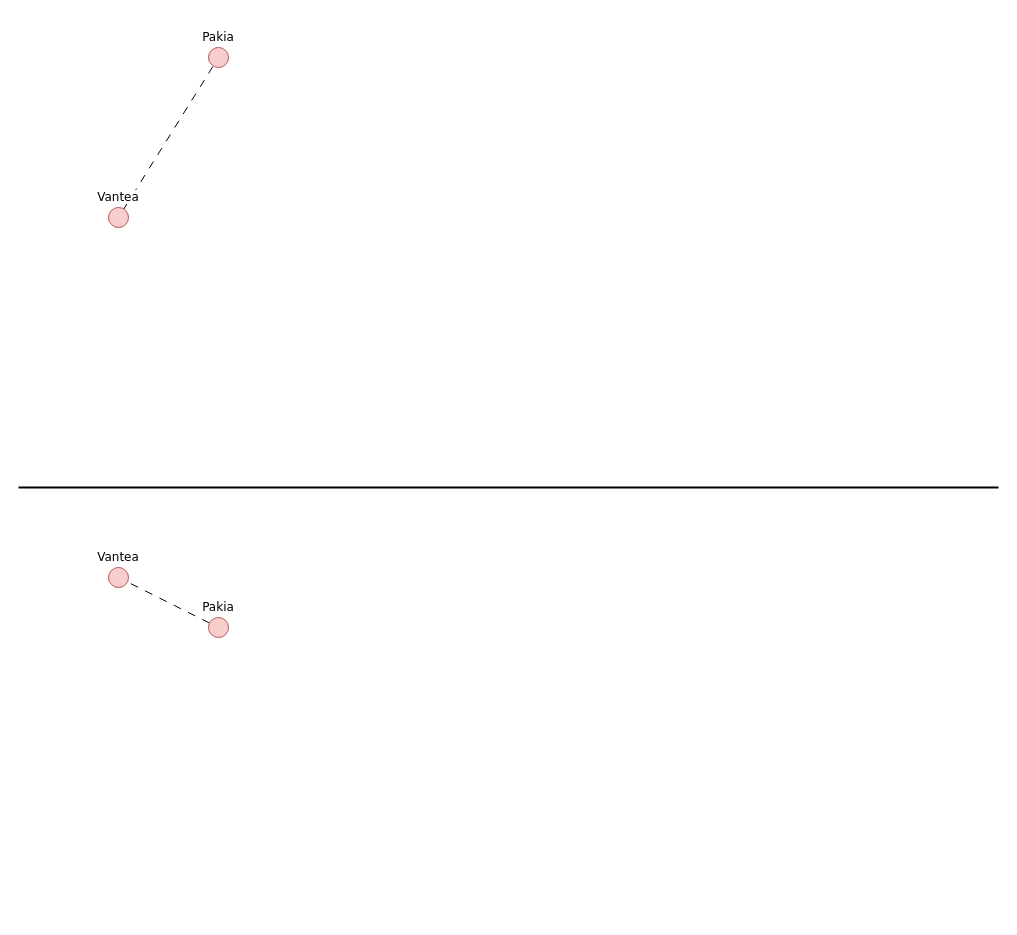
Earlier version of the draw.io diagram Starmap.drawio (Document-cat/Draw.io). Source tidied: cells renumbered, new cells numbered last; positions are measured from the earlier drawing's top-left corner, leaving out a move shared by most shapes. Both pictures are drawn from the tidied source at 100%, with x=0, y=0 at pixel (18, 27).
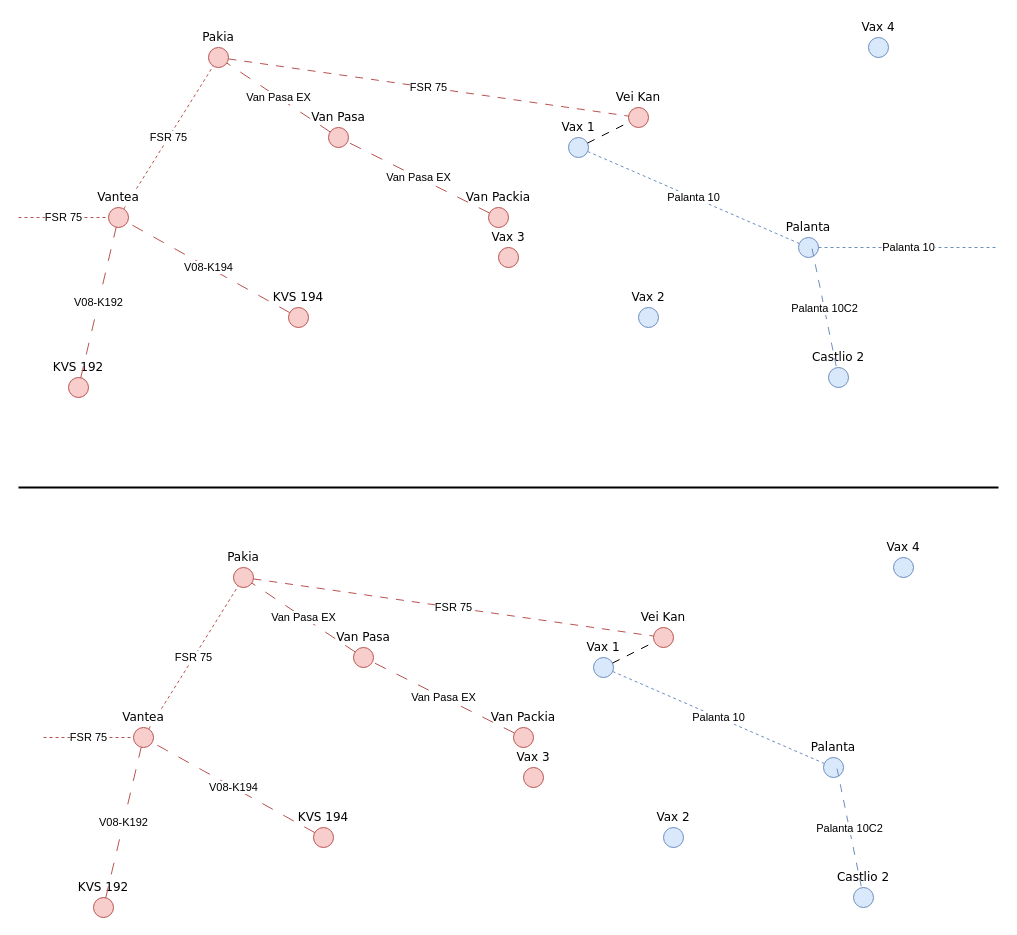
After the change.

The change refers to these unchanged cells:
```xml
<mxCell id="5" style="ellipse;whiteSpace=wrap;html=1;fillColor=#f8cecc;strokeColor=#b85450;" parent="1" vertex="1">
  <mxGeometry x="90" y="180" width="20" height="20" as="geometry" />
</mxCell>
<mxCell id="7" style="ellipse;whiteSpace=wrap;html=1;fillColor=#f8cecc;strokeColor=#b85450;" parent="1" vertex="1">
  <mxGeometry x="190" y="20" width="20" height="20" as="geometry" />
</mxCell>
```

The edit, as a diff of the source:
```diff
@@
-    <mxCell id="2" style="endArrow=none;html=1;rounded=0;dashed=1;dashPattern=8 8;" parent="1" edge="1" source="5" target="7">
+    <mxCell id="2" value="FSR 75" style="endArrow=none;html=1;rounded=0;dashed=1;fillColor=#f8cecc;strokeColor=#b85450;" parent="1" edge="1" source="5" target="7">
       <mxGeometry relative="1" as="geometry" />
     </mxCell>
@@
-    <mxCell id="4" style="endArrow=none;html=1;rounded=0;dashed=1;dashPattern=8 8;" parent="1" edge="1" source="11" target="9">
-      <mxGeometry relative="1" as="geometry" />
-    </mxCell>
@@
-    <mxCell id="9" style="ellipse;whiteSpace=wrap;html=1;fillColor=#f8cecc;strokeColor=#b85450;" parent="1" vertex="1">
-      <mxGeometry x="90" y="540" width="20" height="20" as="geometry" />
-    </mxCell>
+    <mxCell id="13" style="ellipse;whiteSpace=wrap;html=1;fillColor=#f8cecc;strokeColor=#b85450;" parent="1" vertex="1">
+      <mxGeometry x="310" y="100" width="20" height="20" as="geometry" />
+    </mxCell>
+    <mxCell id="14" style="ellipse;whiteSpace=wrap;html=1;fillColor=#f8cecc;strokeColor=#b85450;" parent="1" vertex="1">
+      <mxGeometry x="270" y="280" width="20" height="20" as="geometry" />
+    </mxCell>
+    <mxCell id="15" style="ellipse;whiteSpace=wrap;html=1;fillColor=#f8cecc;strokeColor=#b85450;" parent="1" vertex="1">
+      <mxGeometry x="610" y="80" width="20" height="20" as="geometry" />
+    </mxCell>
+    <mxCell id="16" style="ellipse;whiteSpace=wrap;html=1;fillColor=#f8cecc;strokeColor=#b85450;" parent="1" vertex="1">
+      <mxGeometry x="470" y="180" width="20" height="20" as="geometry" />
+    </mxCell>
+    <mxCell id="17" style="ellipse;whiteSpace=wrap;html=1;fillColor=#f8cecc;strokeColor=#b85450;" parent="1" vertex="1">
+      <mxGeometry x="50" y="350" width="20" height="20" as="geometry" />
+    </mxCell>
+    <mxCell id="18" style="ellipse;whiteSpace=wrap;html=1;fillColor=#dae8fc;strokeColor=#6c8ebf;" parent="1" vertex="1">
+      <mxGeometry x="620" y="280" width="20" height="20" as="geometry" />
+    </mxCell>
+    <mxCell id="19" style="ellipse;whiteSpace=wrap;html=1;fillColor=#dae8fc;strokeColor=#6c8ebf;" parent="1" vertex="1">
+      <mxGeometry x="550" y="110" width="20" height="20" as="geometry" />
+    </mxCell>
+    <mxCell id="20" style="ellipse;whiteSpace=wrap;html=1;fillColor=#dae8fc;strokeColor=#6c8ebf;" parent="1" vertex="1">
+      <mxGeometry x="780" y="210" width="20" height="20" as="geometry" />
+    </mxCell>
+    <mxCell id="21" style="ellipse;whiteSpace=wrap;html=1;fillColor=#dae8fc;strokeColor=#6c8ebf;" parent="1" vertex="1">
+      <mxGeometry x="810" y="340" width="20" height="20" as="geometry" />
+    </mxCell>
+    <mxCell id="22" style="ellipse;whiteSpace=wrap;html=1;fillColor=#dae8fc;strokeColor=#6c8ebf;" parent="1" vertex="1">
+      <mxGeometry x="850" y="10" width="20" height="20" as="geometry" />
+    </mxCell>
+    <mxCell id="23" style="ellipse;whiteSpace=wrap;html=1;fillColor=#f8cecc;strokeColor=#b85450;" parent="1" vertex="1">
+      <mxGeometry x="480" y="220" width="20" height="20" as="geometry" />
+    </mxCell>
+    <mxCell id="24" value="FSR 75" style="endArrow=none;html=1;rounded=0;dashed=1;dashPattern=8 8;strokeWidth=1;fillColor=#f8cecc;strokeColor=#b85450;" parent="1" edge="1" source="7" target="15">
+      <mxGeometry relative="1" as="geometry" />
+    </mxCell>
+    <mxCell id="25" style="endArrow=none;html=1;rounded=0;dashed=1;dashPattern=8 8;" parent="1" edge="1" source="19" target="15">
+      <mxGeometry relative="1" as="geometry" />
+    </mxCell>
+    <mxCell id="26" value="Vax 1" style="text;html=1;align=center;verticalAlign=middle;whiteSpace=wrap;rounded=0;fontFamily=Verdana;" parent="1" vertex="1">
+      <mxGeometry x="530" y="90" width="60" height="20" as="geometry" />
+    </mxCell>
+    <mxCell id="27" value="Vei Kan" style="text;html=1;align=center;verticalAlign=middle;whiteSpace=wrap;rounded=0;fontFamily=Verdana;" parent="1" vertex="1">
+      <mxGeometry x="590" y="60" width="60" height="20" as="geometry" />
+    </mxCell>
+    <mxCell id="28" value="Vax 2" style="text;html=1;align=center;verticalAlign=middle;whiteSpace=wrap;rounded=0;fontFamily=Verdana;" parent="1" vertex="1">
+      <mxGeometry x="600" y="260" width="60" height="20" as="geometry" />
+    </mxCell>
+    <mxCell id="29" value="Palanta" style="text;html=1;align=center;verticalAlign=middle;whiteSpace=wrap;rounded=0;fontFamily=Verdana;" parent="1" vertex="1">
+      <mxGeometry x="760" y="190" width="60" height="20" as="geometry" />
+    </mxCell>
+    <mxCell id="30" value="Palanta 10" style="endArrow=none;html=1;rounded=0;dashed=1;strokeWidth=1;fillColor=#dae8fc;strokeColor=#6c8ebf;" parent="1" edge="1" source="19" target="20">
+      <mxGeometry relative="1" as="geometry" />
+    </mxCell>
+    <mxCell id="31" value="Van Pasa" style="text;html=1;align=center;verticalAlign=middle;whiteSpace=wrap;rounded=0;fontFamily=Verdana;" parent="1" vertex="1">
+      <mxGeometry x="290" y="80" width="60" height="20" as="geometry" />
+    </mxCell>
+    <mxCell id="32" value="Van Packia" style="text;html=1;align=center;verticalAlign=middle;whiteSpace=wrap;rounded=0;fontFamily=Verdana;" parent="1" vertex="1">
+      <mxGeometry x="445" y="160" width="70" height="20" as="geometry" />
+    </mxCell>
+    <mxCell id="33" value="Vax 3" style="text;html=1;align=center;verticalAlign=middle;whiteSpace=wrap;rounded=0;fontFamily=Verdana;" parent="1" vertex="1">
+      <mxGeometry x="460" y="200" width="60" height="20" as="geometry" />
+    </mxCell>
+    <mxCell id="34" value="KVS 192" style="text;html=1;align=center;verticalAlign=middle;whiteSpace=wrap;rounded=0;fontFamily=Verdana;" parent="1" vertex="1">
+      <mxGeometry x="25" y="330" width="70" height="20" as="geometry" />
+    </mxCell>
+    <mxCell id="35" value="KVS 194" style="text;html=1;align=center;verticalAlign=middle;whiteSpace=wrap;rounded=0;fontFamily=Verdana;" parent="1" vertex="1">
+      <mxGeometry x="245" y="260" width="70" height="20" as="geometry" />
+    </mxCell>
+    <mxCell id="36" value="FSR 75" style="endArrow=none;html=1;rounded=0;dashed=1;strokeWidth=1;fillColor=#f8cecc;strokeColor=#b85450;" parent="1" edge="1" target="5">
+      <mxGeometry relative="1" as="geometry">
+        <mxPoint y="190" as="sourcePoint" />
+      </mxGeometry>
+    </mxCell>
+    <mxCell id="37" value="V08-K192" style="endArrow=none;html=1;rounded=0;dashed=1;dashPattern=12 12;strokeWidth=1;fillColor=#f8cecc;strokeColor=#b85450;" parent="1" edge="1" source="17" target="5">
+      <mxGeometry relative="1" as="geometry" />
+    </mxCell>
+    <mxCell id="38" value="V08-K194" style="endArrow=none;html=1;rounded=0;dashed=1;dashPattern=12 12;strokeWidth=1;fillColor=#f8cecc;strokeColor=#b85450;" parent="1" edge="1" source="14" target="5">
+      <mxGeometry relative="1" as="geometry" />
+    </mxCell>
+    <mxCell id="39" value="Van Pasa EX" style="endArrow=none;html=1;rounded=0;dashed=1;dashPattern=12 12;fillColor=#f8cecc;strokeColor=#b85450;" parent="1" edge="1" source="13" target="7">
+      <mxGeometry relative="1" as="geometry" />
+    </mxCell>
+    <mxCell id="40" value="Van Pasa EX" style="endArrow=none;html=1;rounded=0;dashed=1;dashPattern=12 12;fillColor=#f8cecc;strokeColor=#b85450;" parent="1" edge="1" source="16" target="13">
+      <mxGeometry relative="1" as="geometry" />
+    </mxCell>
+    <mxCell id="41" value="Palanta 10" style="endArrow=none;html=1;rounded=0;dashed=1;strokeWidth=1;fillColor=#dae8fc;strokeColor=#6c8ebf;" parent="1" edge="1" source="20">
+      <mxGeometry relative="1" as="geometry">
+        <mxPoint x="980" y="220" as="targetPoint" />
+      </mxGeometry>
+    </mxCell>
+    <mxCell id="42" value="Castlio 2" style="text;html=1;align=center;verticalAlign=middle;whiteSpace=wrap;rounded=0;fontFamily=Verdana;" parent="1" vertex="1">
+      <mxGeometry x="790" y="320" width="60" height="20" as="geometry" />
+    </mxCell>
+    <mxCell id="43" value="Vax 4" style="text;html=1;align=center;verticalAlign=middle;whiteSpace=wrap;rounded=0;fontFamily=Verdana;" parent="1" vertex="1">
+      <mxGeometry x="830" y="-10" width="60" height="20" as="geometry" />
+    </mxCell>
+    <mxCell id="44" value="Palanta 10C2" style="endArrow=none;html=1;rounded=0;dashed=1;strokeWidth=1;fillColor=#dae8fc;strokeColor=#6c8ebf;dashPattern=8 8;exitX=0.678;exitY=0.554;exitDx=0;exitDy=0;exitPerimeter=0;" parent="1" edge="1" source="20" target="21">
+      <mxGeometry relative="1" as="geometry" />
+    </mxCell>
+    <mxCell id="45" value="FSR 75" style="endArrow=none;html=1;rounded=0;dashed=1;fillColor=#f8cecc;strokeColor=#b85450;" parent="1" edge="1" source="46" target="47">
+      <mxGeometry relative="1" as="geometry" />
+    </mxCell>
+    <mxCell id="46" style="ellipse;whiteSpace=wrap;html=1;fillColor=#f8cecc;strokeColor=#b85450;" parent="1" vertex="1">
+      <mxGeometry x="115" y="700" width="20" height="20" as="geometry" />
+    </mxCell>
     <mxCell id="10" value="&lt;span style=&quot;background-color: light-dark(#ffffff, var(--ge-dark-color, #121212));&quot;&gt;Vantea&lt;/span&gt;" style="text;html=1;align=center;verticalAlign=middle;whiteSpace=wrap;rounded=0;fontFamily=Verdana;" parent="1" vertex="1">
-      <mxGeometry x="70" y="520" width="60" height="20" as="geometry" />
+      <mxGeometry x="95" y="680" width="60" height="20" as="geometry" />
     </mxCell>
-    <mxCell id="11" style="ellipse;whiteSpace=wrap;html=1;fillColor=#f8cecc;strokeColor=#b85450;" parent="1" vertex="1">
-      <mxGeometry x="190" y="590" width="20" height="20" as="geometry" />
-    </mxCell>
+    <mxCell id="47" style="ellipse;whiteSpace=wrap;html=1;fillColor=#f8cecc;strokeColor=#b85450;" parent="1" vertex="1">
+      <mxGeometry x="215" y="540" width="20" height="20" as="geometry" />
+    </mxCell>
     <mxCell id="12" value="Pakia" style="text;html=1;align=center;verticalAlign=middle;whiteSpace=wrap;rounded=0;fontFamily=Verdana;" parent="1" vertex="1">
-      <mxGeometry x="170" y="570" width="60" height="20" as="geometry" />
+      <mxGeometry x="195" y="520" width="60" height="20" as="geometry" />
     </mxCell>
+    <mxCell id="48" style="ellipse;whiteSpace=wrap;html=1;fillColor=#f8cecc;strokeColor=#b85450;" parent="1" vertex="1">
+      <mxGeometry x="335" y="620" width="20" height="20" as="geometry" />
+    </mxCell>
+    <mxCell id="49" style="ellipse;whiteSpace=wrap;html=1;fillColor=#f8cecc;strokeColor=#b85450;" parent="1" vertex="1">
+      <mxGeometry x="295" y="800" width="20" height="20" as="geometry" />
+    </mxCell>
+    <mxCell id="50" style="ellipse;whiteSpace=wrap;html=1;fillColor=#f8cecc;strokeColor=#b85450;" parent="1" vertex="1">
+      <mxGeometry x="635" y="600" width="20" height="20" as="geometry" />
+    </mxCell>
+    <mxCell id="51" style="ellipse;whiteSpace=wrap;html=1;fillColor=#f8cecc;strokeColor=#b85450;" parent="1" vertex="1">
+      <mxGeometry x="495" y="700" width="20" height="20" as="geometry" />
+    </mxCell>
+    <mxCell id="52" style="ellipse;whiteSpace=wrap;html=1;fillColor=#f8cecc;strokeColor=#b85450;" parent="1" vertex="1">
+      <mxGeometry x="75" y="870" width="20" height="20" as="geometry" />
+    </mxCell>
+    <mxCell id="53" style="ellipse;whiteSpace=wrap;html=1;fillColor=#dae8fc;strokeColor=#6c8ebf;" parent="1" vertex="1">
+      <mxGeometry x="645" y="800" width="20" height="20" as="geometry" />
+    </mxCell>
+    <mxCell id="54" style="ellipse;whiteSpace=wrap;html=1;fillColor=#dae8fc;strokeColor=#6c8ebf;" parent="1" vertex="1">
+      <mxGeometry x="575" y="630" width="20" height="20" as="geometry" />
+    </mxCell>
+    <mxCell id="55" style="ellipse;whiteSpace=wrap;html=1;fillColor=#dae8fc;strokeColor=#6c8ebf;" parent="1" vertex="1">
+      <mxGeometry x="805" y="730" width="20" height="20" as="geometry" />
+    </mxCell>
+    <mxCell id="56" style="ellipse;whiteSpace=wrap;html=1;fillColor=#dae8fc;strokeColor=#6c8ebf;" parent="1" vertex="1">
+      <mxGeometry x="835" y="860" width="20" height="20" as="geometry" />
+    </mxCell>
+    <mxCell id="57" style="ellipse;whiteSpace=wrap;html=1;fillColor=#dae8fc;strokeColor=#6c8ebf;" parent="1" vertex="1">
+      <mxGeometry x="875" y="530" width="20" height="20" as="geometry" />
+    </mxCell>
+    <mxCell id="58" style="ellipse;whiteSpace=wrap;html=1;fillColor=#f8cecc;strokeColor=#b85450;" parent="1" vertex="1">
+      <mxGeometry x="505" y="740" width="20" height="20" as="geometry" />
+    </mxCell>
+    <mxCell id="59" value="FSR 75" style="endArrow=none;html=1;rounded=0;dashed=1;dashPattern=8 8;strokeWidth=1;fillColor=#f8cecc;strokeColor=#b85450;" parent="1" edge="1" source="47" target="50">
+      <mxGeometry relative="1" as="geometry" />
+    </mxCell>
+    <mxCell id="60" style="endArrow=none;html=1;rounded=0;dashed=1;dashPattern=8 8;" parent="1" edge="1" source="54" target="50">
+      <mxGeometry relative="1" as="geometry" />
+    </mxCell>
+    <mxCell id="61" value="Vax 1" style="text;html=1;align=center;verticalAlign=middle;whiteSpace=wrap;rounded=0;fontFamily=Verdana;" parent="1" vertex="1">
+      <mxGeometry x="555" y="610" width="60" height="20" as="geometry" />
+    </mxCell>
+    <mxCell id="62" value="Vei Kan" style="text;html=1;align=center;verticalAlign=middle;whiteSpace=wrap;rounded=0;fontFamily=Verdana;" parent="1" vertex="1">
+      <mxGeometry x="615" y="580" width="60" height="20" as="geometry" />
+    </mxCell>
+    <mxCell id="63" value="Vax 2" style="text;html=1;align=center;verticalAlign=middle;whiteSpace=wrap;rounded=0;fontFamily=Verdana;" parent="1" vertex="1">
+      <mxGeometry x="625" y="780" width="60" height="20" as="geometry" />
+    </mxCell>
+    <mxCell id="64" value="Palanta" style="text;html=1;align=center;verticalAlign=middle;whiteSpace=wrap;rounded=0;fontFamily=Verdana;" parent="1" vertex="1">
+      <mxGeometry x="785" y="710" width="60" height="20" as="geometry" />
+    </mxCell>
+    <mxCell id="65" value="Palanta 10" style="endArrow=none;html=1;rounded=0;dashed=1;strokeWidth=1;fillColor=#dae8fc;strokeColor=#6c8ebf;" parent="1" edge="1" source="54" target="55">
+      <mxGeometry relative="1" as="geometry" />
+    </mxCell>
+    <mxCell id="66" value="Van Pasa" style="text;html=1;align=center;verticalAlign=middle;whiteSpace=wrap;rounded=0;fontFamily=Verdana;" parent="1" vertex="1">
+      <mxGeometry x="315" y="600" width="60" height="20" as="geometry" />
+    </mxCell>
+    <mxCell id="67" value="Van Packia" style="text;html=1;align=center;verticalAlign=middle;whiteSpace=wrap;rounded=0;fontFamily=Verdana;" parent="1" vertex="1">
+      <mxGeometry x="470" y="680" width="70" height="20" as="geometry" />
+    </mxCell>
+    <mxCell id="68" value="Vax 3" style="text;html=1;align=center;verticalAlign=middle;whiteSpace=wrap;rounded=0;fontFamily=Verdana;" parent="1" vertex="1">
+      <mxGeometry x="485" y="720" width="60" height="20" as="geometry" />
+    </mxCell>
+    <mxCell id="69" value="KVS 192" style="text;html=1;align=center;verticalAlign=middle;whiteSpace=wrap;rounded=0;fontFamily=Verdana;" parent="1" vertex="1">
+      <mxGeometry x="50" y="850" width="70" height="20" as="geometry" />
+    </mxCell>
+    <mxCell id="70" value="KVS 194" style="text;html=1;align=center;verticalAlign=middle;whiteSpace=wrap;rounded=0;fontFamily=Verdana;" parent="1" vertex="1">
+      <mxGeometry x="270" y="780" width="70" height="20" as="geometry" />
+    </mxCell>
+    <mxCell id="71" value="FSR 75" style="endArrow=none;html=1;rounded=0;dashed=1;strokeWidth=1;fillColor=#f8cecc;strokeColor=#b85450;" parent="1" edge="1" target="46">
+      <mxGeometry relative="1" as="geometry">
+        <mxPoint x="25" y="710" as="sourcePoint" />
+      </mxGeometry>
+    </mxCell>
+    <mxCell id="72" value="V08-K192" style="endArrow=none;html=1;rounded=0;dashed=1;dashPattern=12 12;strokeWidth=1;fillColor=#f8cecc;strokeColor=#b85450;" parent="1" edge="1" source="52" target="46">
+      <mxGeometry relative="1" as="geometry" />
+    </mxCell>
+    <mxCell id="73" value="V08-K194" style="endArrow=none;html=1;rounded=0;dashed=1;dashPattern=12 12;strokeWidth=1;fillColor=#f8cecc;strokeColor=#b85450;" parent="1" edge="1" source="49" target="46">
+      <mxGeometry relative="1" as="geometry" />
+    </mxCell>
+    <mxCell id="74" value="Van Pasa EX" style="endArrow=none;html=1;rounded=0;dashed=1;dashPattern=12 12;fillColor=#f8cecc;strokeColor=#b85450;" parent="1" edge="1" source="48" target="47">
+      <mxGeometry relative="1" as="geometry" />
+    </mxCell>
+    <mxCell id="75" value="Van Pasa EX" style="endArrow=none;html=1;rounded=0;dashed=1;dashPattern=12 12;fillColor=#f8cecc;strokeColor=#b85450;" parent="1" edge="1" source="51" target="48">
+      <mxGeometry relative="1" as="geometry" />
+    </mxCell>
+    <mxCell id="76" value="Castlio 2" style="text;html=1;align=center;verticalAlign=middle;whiteSpace=wrap;rounded=0;fontFamily=Verdana;" parent="1" vertex="1">
+      <mxGeometry x="815" y="840" width="60" height="20" as="geometry" />
+    </mxCell>
+    <mxCell id="77" value="Vax 4" style="text;html=1;align=center;verticalAlign=middle;whiteSpace=wrap;rounded=0;fontFamily=Verdana;" parent="1" vertex="1">
+      <mxGeometry x="855" y="510" width="60" height="20" as="geometry" />
+    </mxCell>
+    <mxCell id="78" value="Palanta 10C2" style="endArrow=none;html=1;rounded=0;dashed=1;strokeWidth=1;fillColor=#dae8fc;strokeColor=#6c8ebf;dashPattern=8 8;exitX=0.678;exitY=0.554;exitDx=0;exitDy=0;exitPerimeter=0;" parent="1" edge="1" source="55" target="56">
+      <mxGeometry relative="1" as="geometry" />
+    </mxCell>
```
